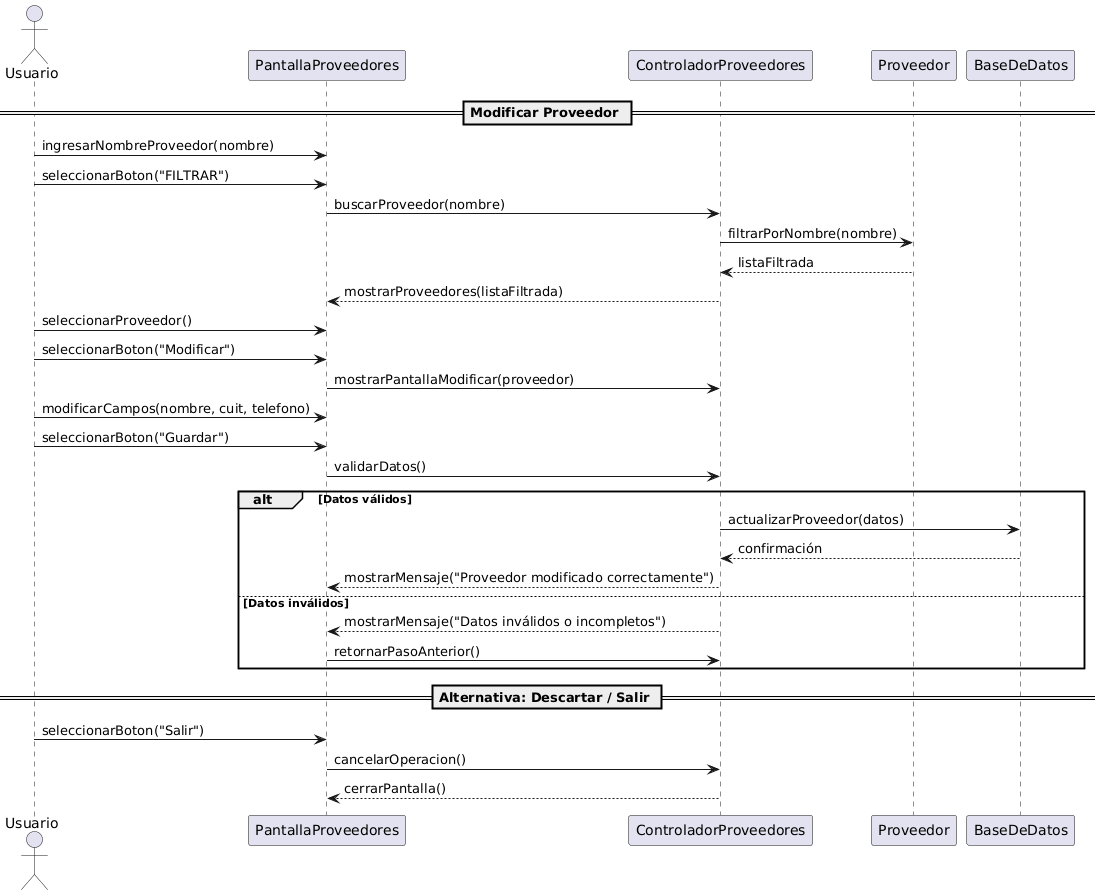
This is 08 - Diagrama de secuencia/04 - Proveedores/Modificar proveedor.png from EmanuelMonella/baterias, a PlantUML export, as it was before one commit.
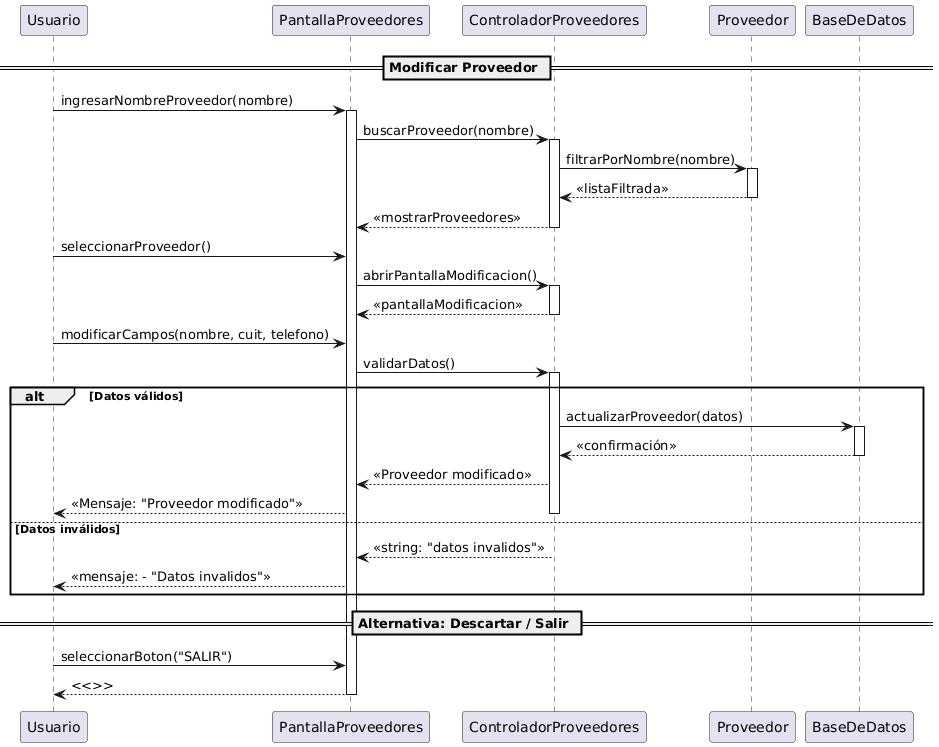
After the commit.

What changed in the source:
```diff
@@ -1,34 +1,50 @@
 @startuml
-actor Usuario
-
 == Modificar Proveedor ==
 
 Usuario -> PantallaProveedores : ingresarNombreProveedor(nombre)
-Usuario -> PantallaProveedores : seleccionarBoton("FILTRAR")
+activate PantallaProveedores
+
 PantallaProveedores -> ControladorProveedores : buscarProveedor(nombre)
+activate ControladorProveedores
+
 ControladorProveedores -> Proveedor : filtrarPorNombre(nombre)
-Proveedor --> ControladorProveedores : listaFiltrada
-ControladorProveedores --> PantallaProveedores : mostrarProveedores(listaFiltrada)
+activate Proveedor
+Proveedor --> ControladorProveedores : <<listaFiltrada>>
+deactivate Proveedor
+
+ControladorProveedores --> PantallaProveedores : <<mostrarProveedores>>
+deactivate ControladorProveedores
 
 Usuario -> PantallaProveedores : seleccionarProveedor()
-Usuario -> PantallaProveedores : seleccionarBoton("Modificar")
-PantallaProveedores -> ControladorProveedores : mostrarPantallaModificar(proveedor)
+
+PantallaProveedores -> ControladorProveedores : abrirPantallaModificacion()
+activate ControladorProveedores
+ControladorProveedores --> PantallaProveedores : <<pantallaModificacion>>
+deactivate ControladorProveedores
 
 Usuario -> PantallaProveedores : modificarCampos(nombre, cuit, telefono)
-Usuario -> PantallaProveedores : seleccionarBoton("Guardar")
+
 PantallaProveedores -> ControladorProveedores : validarDatos()
+activate ControladorProveedores
 
 alt Datos válidos
     ControladorProveedores -> BaseDeDatos : actualizarProveedor(datos)
-    BaseDeDatos --> ControladorProveedores : confirmación
-    ControladorProveedores --> PantallaProveedores : mostrarMensaje("Proveedor modificado correctamente")
+    activate BaseDeDatos
+    BaseDeDatos --> ControladorProveedores : <<confirmación>>
+    deactivate BaseDeDatos
+
+    ControladorProveedores --> PantallaProveedores : <<Proveedor modificado>>
+    PantallaProveedores --> Usuario : <<Mensaje: "Proveedor modificado">>
+    deactivate ControladorProveedores
+
 else Datos inválidos
-    ControladorProveedores --> PantallaProveedores : mostrarMensaje("Datos inválidos o incompletos")
-    PantallaProveedores -> ControladorProveedores : retornarPasoAnterior()
+    ControladorProveedores --> PantallaProveedores : <<string: "datos invalidos">>
+    PantallaProveedores --> Usuario : <<mensaje: - "Datos invalidos">>
+    deactivate ControladorProveedores
 end
 
 == Alternativa: Descartar / Salir ==
-Usuario -> PantallaProveedores : seleccionarBoton("Salir")
-PantallaProveedores -> ControladorProveedores : cancelarOperacion()
-ControladorProveedores --> PantallaProveedores : cerrarPantalla()
+Usuario -> PantallaProveedores : seleccionarBoton("SALIR")
+PantallaProveedores --> Usuario : <<>>
+deactivate PantallaProveedores
 @enduml
```
